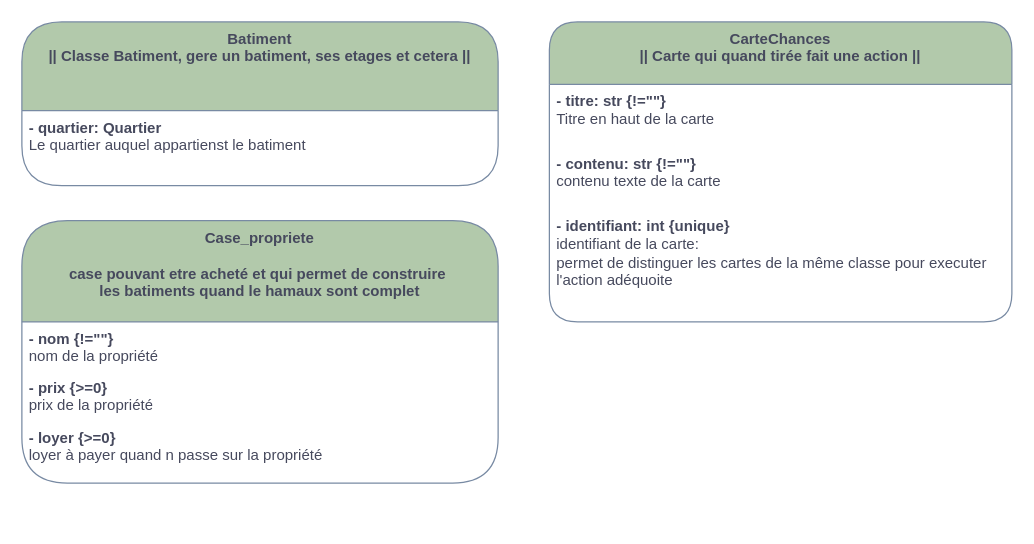
gazhonsepaskwa/builder keeps this draw.io diagram as page "Donées a stoqué dans la DB" (5 of 5) of B__Analyse/DiagrameDesClasses.drawio. Above is the earlier version. Source tidied: cells renumbered, new cells numbered last; positions are measured from the earlier drawing's top-left corner, leaving out a move shared by most shapes. Both pictures are drawn from the tidied source at 125%, with x=0, y=0 at pixel (21, 21).
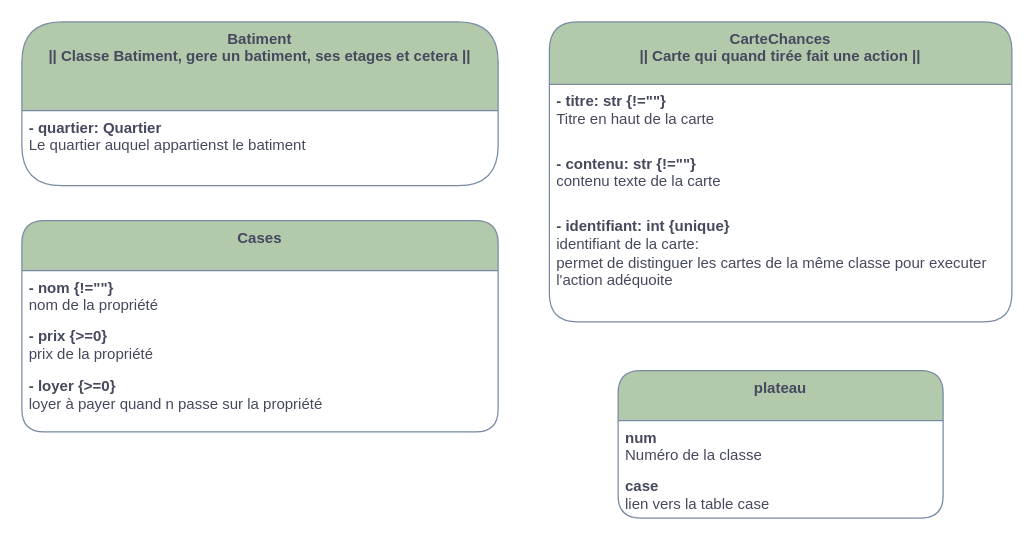
After the change.

The edit, as a diff of the source:
```diff
@@
 <mxGraphModel>
   <root>
     <mxCell id="0" />
     <mxCell id="1" parent="0" />
     <mxCell id="2" value="Batiment&lt;br&gt;|| Classe Batiment, gere un batiment, ses etages et cetera ||" style="swimlane;fontStyle=1;align=center;verticalAlign=top;horizontal=1;startSize=71;whiteSpace=wrap;html=1;labelBackgroundColor=none;fillColor=#B2C9AB;strokeColor=#788AA3;fontColor=#46495D;rounded=1;" parent="1" vertex="1">
       <mxGeometry width="381" height="131" as="geometry" />
     </mxCell>
     <mxCell id="3" value="&lt;b&gt;- quartier: Quartier&amp;nbsp;&lt;/b&gt;&lt;br&gt;Le quartier auquel appartienst le batiment&amp;nbsp;" style="text;strokeColor=none;fillColor=none;align=left;verticalAlign=top;spacingLeft=4;spacingRight=4;overflow=hidden;whiteSpace=wrap;html=1;labelBackgroundColor=none;fontColor=#46495D;rounded=1;" parent="2" vertex="1">
       <mxGeometry y="71" width="381" height="60" as="geometry" />
     </mxCell>
     <mxCell id="4" value="CarteChances&lt;br&gt;|| Carte qui quand tirée fait une action ||" style="swimlane;fontStyle=1;align=center;verticalAlign=top;horizontal=1;startSize=50;whiteSpace=wrap;html=1;labelBackgroundColor=none;fillColor=#B2C9AB;strokeColor=#788AA3;fontColor=#46495D;rounded=1;" parent="1" vertex="1">
       <mxGeometry x="422" width="370" height="240" as="geometry" />
     </mxCell>
     <mxCell id="5" value="&lt;b&gt;- titre: str {!=&quot;&quot;}&lt;/b&gt;&lt;br&gt;Titre en haut de la carte" style="text;strokeColor=none;fillColor=none;align=left;verticalAlign=top;spacingLeft=4;spacingRight=4;overflow=hidden;whiteSpace=wrap;html=1;labelBackgroundColor=none;fontColor=#46495D;rounded=1;" parent="4" vertex="1">
       <mxGeometry y="50" width="370" height="50" as="geometry" />
     </mxCell>
     <mxCell id="6" value="&lt;b&gt;- contenu: str {!=&quot;&quot;}&lt;/b&gt;&lt;br&gt;contenu texte de la carte" style="text;strokeColor=none;fillColor=none;align=left;verticalAlign=top;spacingLeft=4;spacingRight=4;overflow=hidden;whiteSpace=wrap;html=1;labelBackgroundColor=none;fontColor=#46495D;rounded=1;" parent="4" vertex="1">
       <mxGeometry y="100" width="370" height="50" as="geometry" />
     </mxCell>
     <mxCell id="7" value="&lt;span&gt;- identifiant: int {unique}&lt;br&gt;&lt;div&gt;&lt;span style=&quot;font-weight: normal;&quot;&gt;identifiant de la carte:&amp;nbsp;&lt;/span&gt;&lt;/div&gt;&lt;div&gt;&lt;span style=&quot;font-weight: normal; background-color: initial;&quot;&gt;permet de distinguer les cartes de la même classe pour executer l'action adéquoite&lt;/span&gt;&lt;/div&gt;&lt;/span&gt;" style="text;strokeColor=none;fillColor=none;align=left;verticalAlign=top;spacingLeft=4;spacingRight=4;overflow=hidden;whiteSpace=wrap;html=1;labelBackgroundColor=none;fontColor=#46495D;rounded=1;fontStyle=1;" parent="4" vertex="1">
       <mxGeometry y="150" width="370" height="90" as="geometry" />
     </mxCell>
-    <mxCell id="8" value="Case_propriete&lt;br&gt;&lt;br&gt;&lt;div&gt;&lt;div&gt;case pouvant etre acheté et qui permet de construire&amp;nbsp;&lt;/div&gt;&lt;div&gt;les batiments quand le hamaux sont complet&lt;/div&gt;&lt;/div&gt;&lt;div&gt;&lt;br&gt;&lt;/div&gt;" style="swimlane;fontStyle=1;align=center;verticalAlign=top;horizontal=1;startSize=81;whiteSpace=wrap;html=1;labelBackgroundColor=none;fillColor=#B2C9AB;strokeColor=#788AA3;fontColor=#46495D;rounded=1;" parent="1" vertex="1">
-      <mxGeometry y="159" width="381" height="210" as="geometry" />
+    <mxCell id="8" value="Cases" style="swimlane;fontStyle=1;align=center;verticalAlign=top;horizontal=1;startSize=40;whiteSpace=wrap;html=1;labelBackgroundColor=none;fillColor=#B2C9AB;strokeColor=#788AA3;fontColor=#46495D;rounded=1;" parent="1" vertex="1">
+      <mxGeometry y="159" width="381" height="169" as="geometry" />
     </mxCell>
     <mxCell id="9" value="&lt;div&gt;&lt;b&gt;- nom {!=&quot;&quot;}&lt;br&gt;&lt;/b&gt;&lt;/div&gt;&lt;div&gt;nom de la propriété&lt;br&gt;&lt;br&gt;&lt;/div&gt;" style="text;strokeColor=none;fillColor=none;align=left;verticalAlign=top;spacingLeft=4;spacingRight=4;overflow=hidden;whiteSpace=wrap;html=1;labelBackgroundColor=none;fontColor=#46495D;rounded=1;" parent="8" vertex="1">
-      <mxGeometry y="81" width="381" height="39" as="geometry" />
+      <mxGeometry y="40" width="381" height="39" as="geometry" />
     </mxCell>
     <mxCell id="10" value="&lt;div&gt;&lt;b&gt;- prix {&amp;gt;=0}&lt;br&gt;&lt;/b&gt;&lt;/div&gt;&lt;div&gt;prix de la propriété&lt;br&gt;&lt;br&gt;&lt;/div&gt;" style="text;strokeColor=none;fillColor=none;align=left;verticalAlign=top;spacingLeft=4;spacingRight=4;overflow=hidden;whiteSpace=wrap;html=1;labelBackgroundColor=none;fontColor=#46495D;rounded=1;" parent="8" vertex="1">
-      <mxGeometry y="120" width="381" height="40" as="geometry" />
+      <mxGeometry y="79" width="381" height="40" as="geometry" />
     </mxCell>
     <mxCell id="11" value="&lt;div&gt;&lt;b&gt;- loyer {&amp;gt;=0}&lt;br&gt;&lt;/b&gt;&lt;/div&gt;&lt;div&gt;loyer à payer quand n passe sur la propriété&lt;br&gt;&lt;br&gt;&lt;/div&gt;" style="text;strokeColor=none;fillColor=none;align=left;verticalAlign=top;spacingLeft=4;spacingRight=4;overflow=hidden;whiteSpace=wrap;html=1;labelBackgroundColor=none;fontColor=#46495D;rounded=1;" parent="8" vertex="1">
-      <mxGeometry y="160" width="381" height="50" as="geometry" />
+      <mxGeometry y="119" width="381" height="50" as="geometry" />
     </mxCell>
+    <mxCell id="12" value="plateau" style="swimlane;fontStyle=1;align=center;verticalAlign=top;horizontal=1;startSize=40;whiteSpace=wrap;html=1;labelBackgroundColor=none;fillColor=#B2C9AB;strokeColor=#788AA3;fontColor=#46495D;rounded=1;" parent="1" vertex="1">
+      <mxGeometry x="477" y="279" width="260" height="118" as="geometry" />
+    </mxCell>
+    <mxCell id="13" value="&lt;div&gt;&lt;b&gt;num&lt;/b&gt;&lt;/div&gt;&lt;div&gt;Numéro de la classe&lt;/div&gt;" style="text;strokeColor=none;fillColor=none;align=left;verticalAlign=top;spacingLeft=4;spacingRight=4;overflow=hidden;whiteSpace=wrap;html=1;labelBackgroundColor=none;fontColor=#46495D;rounded=1;" parent="12" vertex="1">
+      <mxGeometry y="40" width="260" height="39" as="geometry" />
+    </mxCell>
+    <mxCell id="14" value="&lt;b&gt;case&lt;/b&gt;&lt;br&gt;lien vers la table case" style="text;strokeColor=none;fillColor=none;align=left;verticalAlign=top;spacingLeft=4;spacingRight=4;overflow=hidden;whiteSpace=wrap;html=1;labelBackgroundColor=none;fontColor=#46495D;rounded=1;" parent="12" vertex="1">
+      <mxGeometry y="79" width="260" height="39" as="geometry" />
+    </mxCell>
   </root>
 </mxGraphModel>
```
